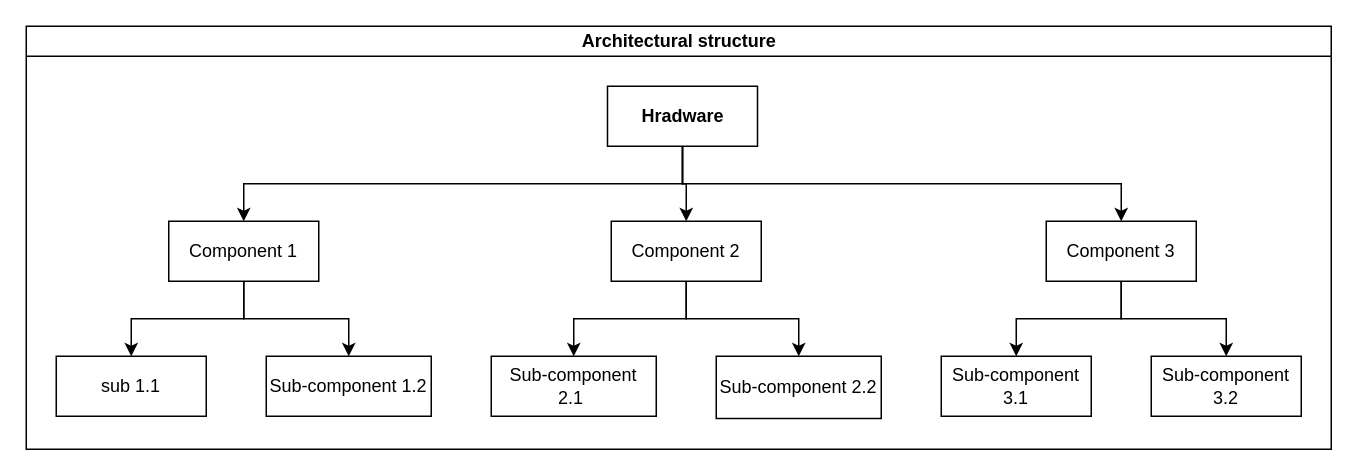
The draw.io diagram Architectural model of mechanical structure for template.drawio in amerezoji1362/drawio-github, before the edit. Source tidied: cells renumbered, new cells numbered last; positions are measured from the earlier drawing's top-left corner, leaving out a move shared by most shapes. Both pictures are drawn from the tidied source at 150%, with x=0, y=0 at pixel (26, 26).
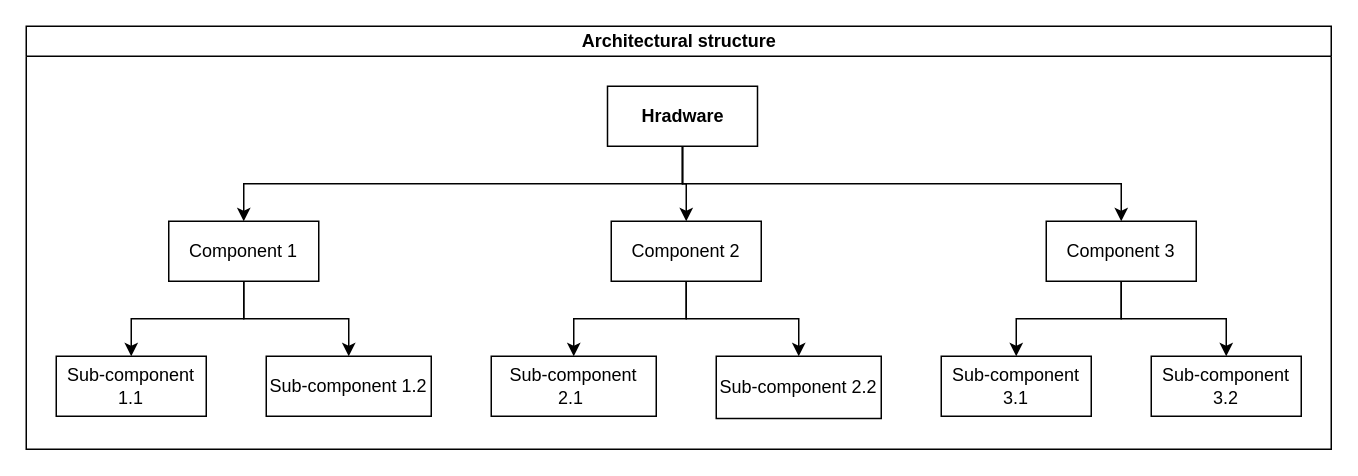
The same page after the edit.

The change refers to these unchanged cells:
```xml
<mxCell id="2" value="Architectural structure " style="swimlane;html=1;startSize=20;horizontal=1;horizontalTree=0;containerType=tree;" parent="1" vertex="1">
  <mxGeometry width="870" height="282" as="geometry" />
</mxCell>
```

The edit, as a diff of the source:
```diff
@@
-    <mxCell id="9" value="sub 1.1" style="whiteSpace=wrap;html=1;" parent="2" vertex="1">
+    <mxCell id="9" value="Sub-component 1.1 " style="whiteSpace=wrap;html=1;" parent="2" vertex="1">
       <mxGeometry x="20" y="220" width="100" height="40" as="geometry" />
     </mxCell>
```
